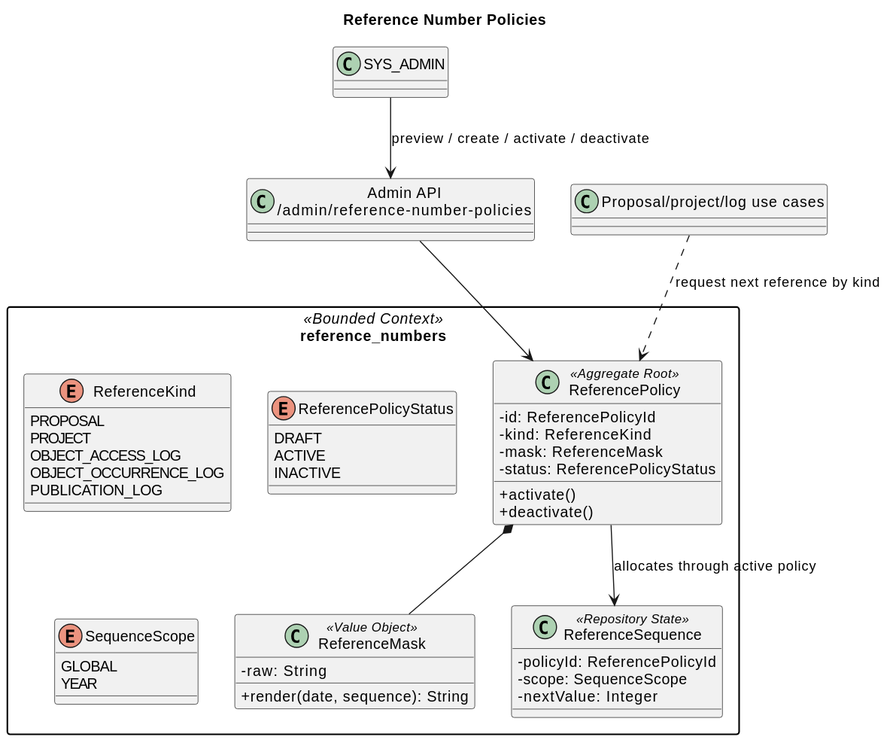
Earlier version of the PlantUML export docs/diagrams/reference-number-policies.svg (marcosduchinski/vitarerum).
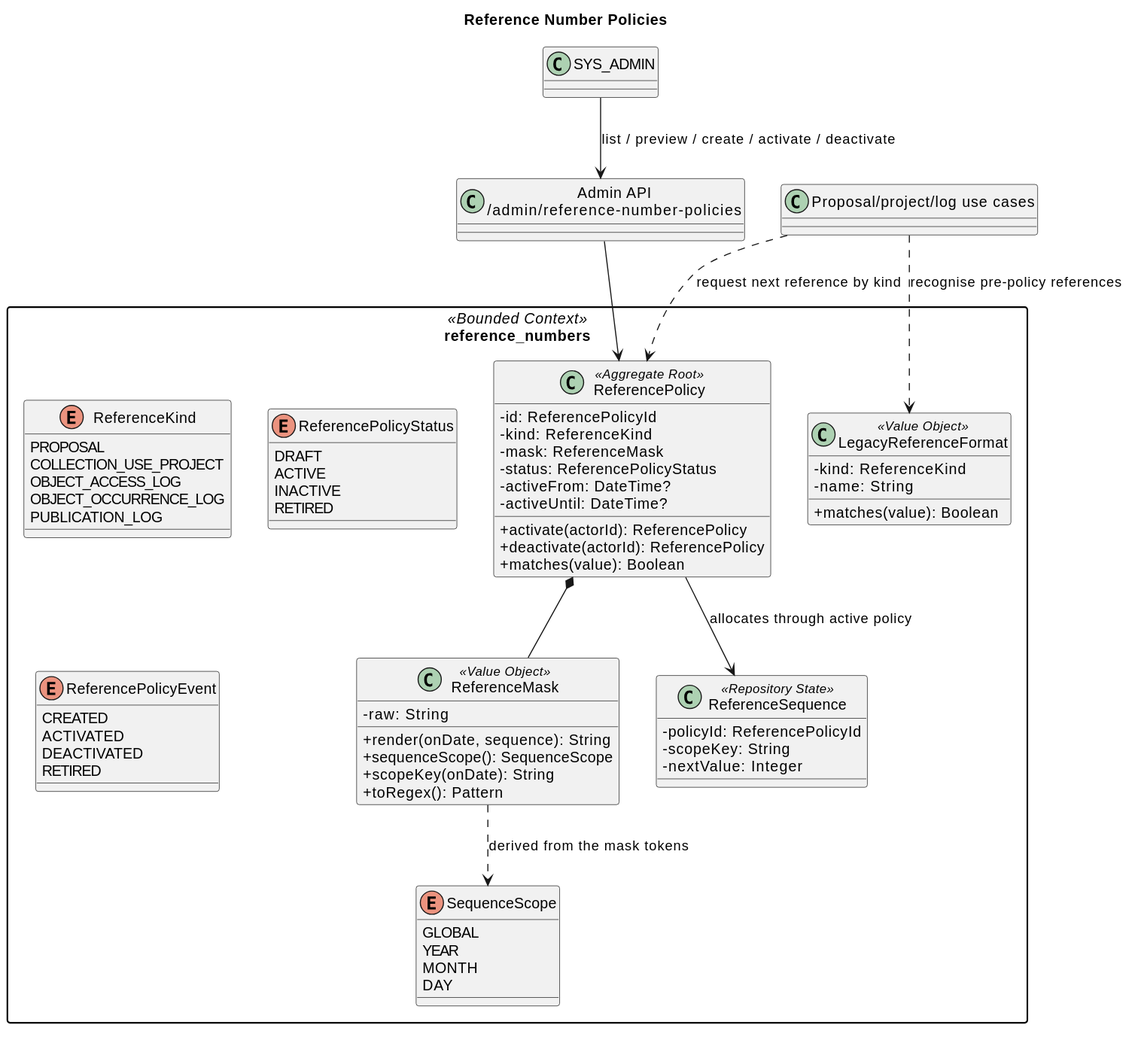
Later version of the same file.

Change to the diagram source:
```diff
@@ -4,6 +4,10 @@
 skinparam classAttributeIconSize 0
 skinparam shadowing false
 skinparam packageStyle rectangle
+skinparam note {
+  BackgroundColor #FFFBEB
+  BorderColor #B45309
+}
 
 package "reference_numbers" <<Bounded Context>> {
   class ReferencePolicy <<Aggregate Root>> {
@@ -11,24 +15,36 @@
     - kind: ReferenceKind
     - mask: ReferenceMask
     - status: ReferencePolicyStatus
-    + activate()
-    + deactivate()
+    - activeFrom: DateTime?
+    - activeUntil: DateTime?
+    + activate(actorId): ReferencePolicy
+    + deactivate(actorId): ReferencePolicy
+    + matches(value): Boolean
   }
 
   class ReferenceMask <<Value Object>> {
     - raw: String
-    + render(date, sequence): String
+    + render(onDate, sequence): String
+    + sequenceScope(): SequenceScope
+    + scopeKey(onDate): String
+    + toRegex(): Pattern
+  }
+
+  class LegacyReferenceFormat <<Value Object>> {
+    - kind: ReferenceKind
+    - name: String
+    + matches(value): Boolean
   }
 
   class ReferenceSequence <<Repository State>> {
     - policyId: ReferencePolicyId
-    - scope: SequenceScope
+    - scopeKey: String
     - nextValue: Integer
   }
 
   enum ReferenceKind {
     PROPOSAL
-    PROJECT
+    COLLECTION_USE_PROJECT
     OBJECT_ACCESS_LOG
     OBJECT_OCCURRENCE_LOG
     PUBLICATION_LOG
@@ -38,11 +54,21 @@
     DRAFT
     ACTIVE
     INACTIVE
+    RETIRED
+  }
+
+  enum ReferencePolicyEvent {
+    CREATED
+    ACTIVATED
+    DEACTIVATED
+    RETIRED
   }
 
   enum SequenceScope {
     GLOBAL
     YEAR
+    MONTH
+    DAY
   }
 }
 
@@ -50,9 +76,11 @@
 class "Admin API\n/admin/reference-number-policies" as api
 class "Proposal/project/log use cases" as consumers
 
-admin --> api : preview / create / activate / deactivate
+admin --> api : list / preview / create / activate / deactivate
 api --> ReferencePolicy
 ReferencePolicy *-- ReferenceMask
 ReferencePolicy --> ReferenceSequence : allocates through active policy
+ReferenceMask ..> SequenceScope : derived from the mask tokens
 consumers ..> ReferencePolicy : request next reference by kind
+consumers ..> LegacyReferenceFormat : recognise pre-policy references
 @enduml
```
